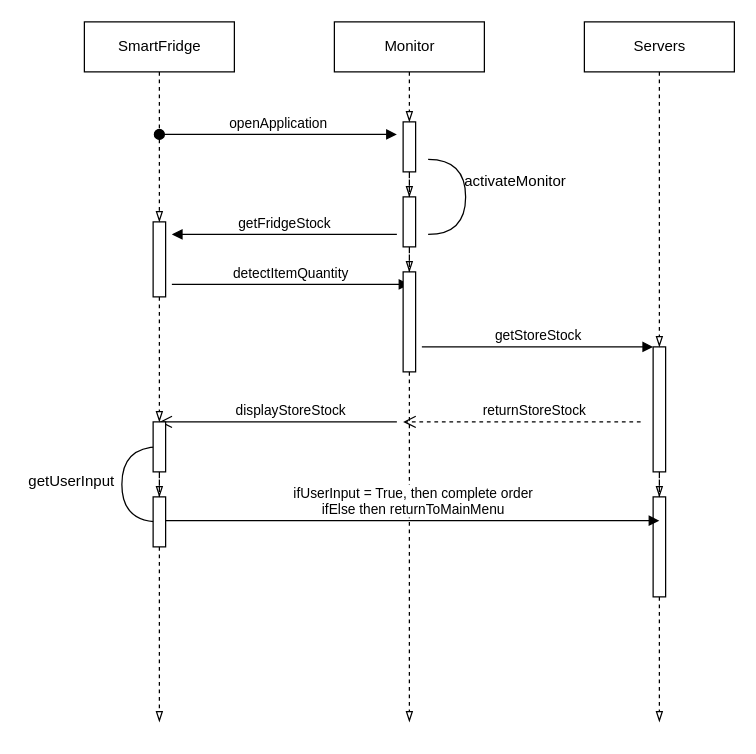
This is page "SequenceDiagram_SmartFridge" (2 of 2) of FinalExample.drawio from nateqdruen/CISC210Final, a draw.io file, before an edit. Source tidied: cells renumbered, new cells numbered last; positions are measured from the earlier drawing's top-left corner, leaving out a move shared by most shapes. Both pictures are drawn from the tidied source at 125%, with x=0, y=0 at pixel (21, 21).
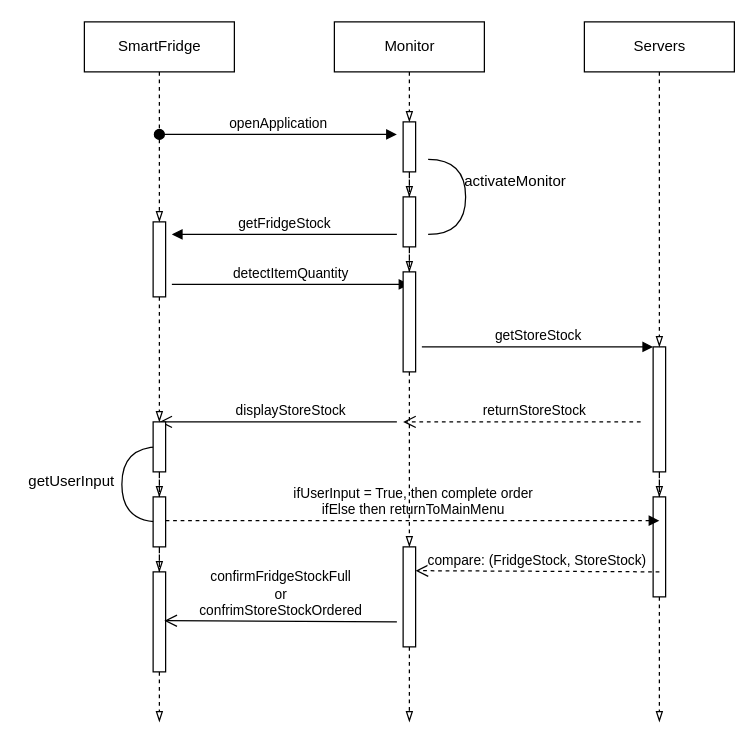
The same diagram, later.

The change refers to these unchanged cells:
```xml
<mxCell id="19" style="html=1;points=[];perimeter=orthogonalPerimeter;" parent="1" vertex="1">
  <mxGeometry x="305" y="200" width="10" height="80" as="geometry" />
</mxCell>
<mxCell id="28" style="html=1;points=[];perimeter=orthogonalPerimeter;" parent="1" vertex="1">
  <mxGeometry x="105" y="380" width="10" height="40" as="geometry" />
</mxCell>
<mxCell id="32" style="html=1;points=[];perimeter=orthogonalPerimeter;" parent="1" vertex="1">
  <mxGeometry x="505" y="380" width="10" height="80" as="geometry" />
</mxCell>
```

Change to the diagram source:
```diff
@@
-    <mxCell id="2" style="edgeStyle=orthogonalEdgeStyle;rounded=0;jettySize=auto;html=1;endArrow=blockThin;endFill=0;dashed=1;" parent="1" edge="1" source="28">
+    <mxCell id="2" style="edgeStyle=orthogonalEdgeStyle;rounded=0;jettySize=auto;html=1;endArrow=blockThin;endFill=0;dashed=1;" parent="1" edge="1" source="38">
       <mxGeometry relative="1" as="geometry">
         <mxPoint x="110" y="560" as="targetPoint" />
       </mxGeometry>
     </mxCell>
@@
-    <mxCell id="4" style="edgeStyle=orthogonalEdgeStyle;rounded=0;jettySize=auto;html=1;endArrow=blockThin;endFill=0;dashed=1;" parent="1" edge="1" source="19">
+    <mxCell id="4" style="edgeStyle=orthogonalEdgeStyle;rounded=0;jettySize=auto;html=1;endArrow=blockThin;endFill=0;dashed=1;" parent="1" edge="1" source="35">
       <mxGeometry relative="1" as="geometry">
         <mxPoint x="310" y="560" as="targetPoint" />
       </mxGeometry>
     </mxCell>
@@
-    <mxCell id="34" value="&lt;div&gt;ifUserInput = True, then complete order &lt;br&gt;&lt;/div&gt;&lt;div&gt;ifElse then returnToMainMenu&lt;br&gt;&lt;/div&gt;" style="html=1;verticalAlign=bottom;endArrow=block;entryX=0.5;entryY=0.238;entryDx=0;entryDy=0;entryPerimeter=0;" parent="1" edge="1" target="32">
+    <mxCell id="34" value="&lt;div&gt;ifUserInput = True, then complete order &lt;br&gt;&lt;/div&gt;&lt;div&gt;ifElse then returnToMainMenu&lt;br&gt;&lt;/div&gt;" style="html=1;verticalAlign=bottom;endArrow=block;entryX=0.5;entryY=0.238;entryDx=0;entryDy=0;entryPerimeter=0;dashed=1;" parent="1" edge="1" target="32">
       <mxGeometry relative="1" as="geometry">
         <mxPoint x="115" y="399" as="sourcePoint" />
       </mxGeometry>
     </mxCell>
+    <mxCell id="35" style="html=1;points=[];perimeter=orthogonalPerimeter;" parent="1" vertex="1">
+      <mxGeometry x="305" y="420" width="10" height="80" as="geometry" />
+    </mxCell>
+    <mxCell id="36" style="edgeStyle=orthogonalEdgeStyle;rounded=0;jettySize=auto;html=1;endArrow=blockThin;endFill=0;dashed=1;" parent="1" edge="1" source="19" target="35">
+      <mxGeometry relative="1" as="geometry" />
+    </mxCell>
+    <mxCell id="37" value="compare: (FridgeStock, StoreStock)" style="html=1;verticalAlign=bottom;endArrow=open;dashed=1;endSize=8;entryX=1;entryY=0.238;entryDx=0;entryDy=0;entryPerimeter=0;" parent="1" edge="1" target="35">
+      <mxGeometry relative="1" as="geometry">
+        <mxPoint x="510" y="440" as="sourcePoint" />
+      </mxGeometry>
+    </mxCell>
+    <mxCell id="38" style="html=1;points=[];perimeter=orthogonalPerimeter;" parent="1" vertex="1">
+      <mxGeometry x="105" y="440" width="10" height="80" as="geometry" />
+    </mxCell>
+    <mxCell id="39" style="edgeStyle=orthogonalEdgeStyle;rounded=0;jettySize=auto;html=1;endArrow=blockThin;endFill=0;dashed=1;" parent="1" edge="1" source="28" target="38">
+      <mxGeometry relative="1" as="geometry" />
+    </mxCell>
+    <mxCell id="40" value="&lt;div&gt;confirmFridgeStockFull&lt;/div&gt;&lt;div&gt;or&lt;/div&gt;&lt;div&gt;confrimStoreStockOrdered&lt;/div&gt;" style="html=1;verticalAlign=bottom;endArrow=open;endSize=8;entryX=0.9;entryY=0.488;entryDx=0;entryDy=0;entryPerimeter=0;" parent="1" edge="1" target="38">
+      <mxGeometry relative="1" as="geometry">
+        <mxPoint x="300" y="480" as="sourcePoint" />
+      </mxGeometry>
+    </mxCell>
```
